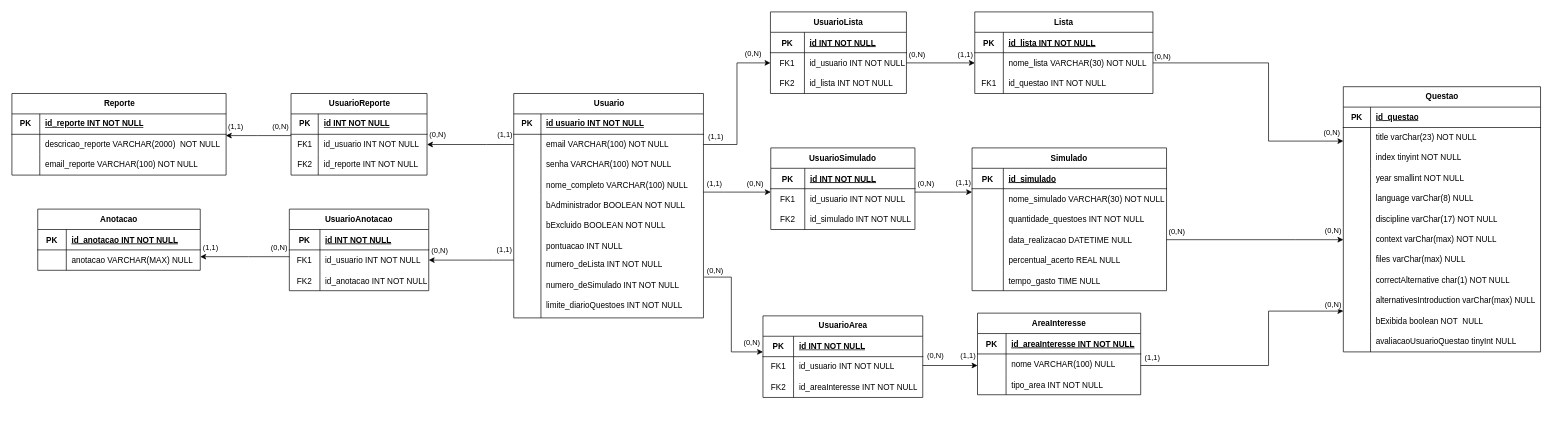
Earlier version of the draw.io diagram DIAGRAMA ER.drawio (augustorazani/QENEM-UML-Diagram). Source tidied: cells renumbered, new cells numbered last; positions are measured from the earlier drawing's top-left corner, leaving out a move shared by most shapes. Both pictures are drawn from the tidied source at 68%, with x=0, y=0 at pixel (12, 12).
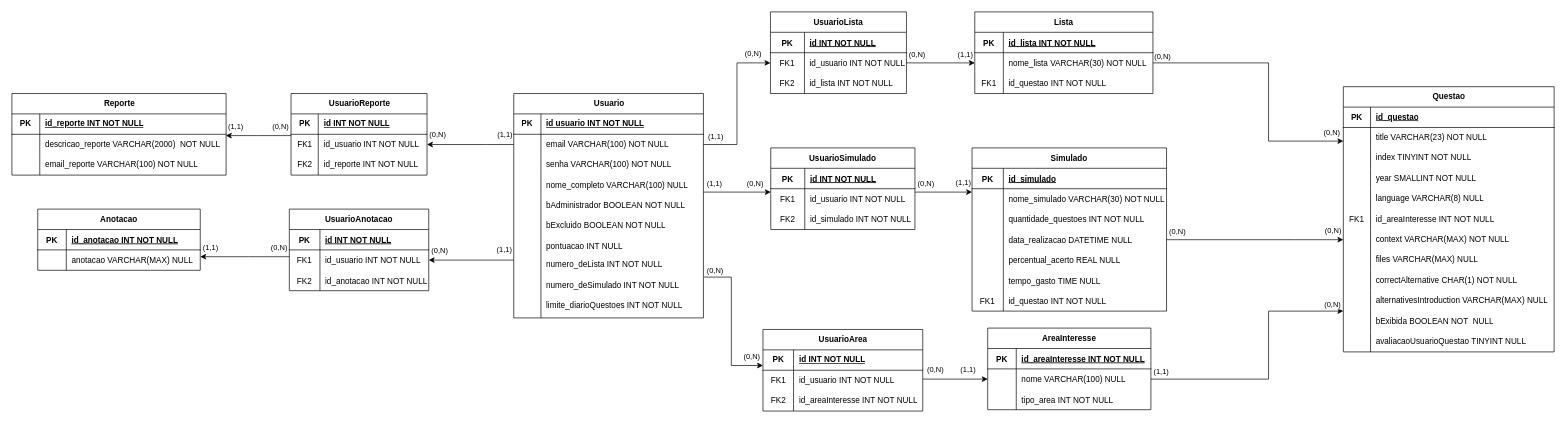
After the change.

Diff of the diagram source:
```diff
@@
     <mxCell id="50" value="Questao" style="shape=table;startSize=30;childLayout=tableLayout;rowLines=0;fontStyle=1;align=center;html=1;" parent="1" vertex="1">
-      <mxGeometry x="1958" y="110" width="290" height="390" as="geometry" />
+      <mxGeometry x="1958" y="110" width="310" height="390" as="geometry" />
     </mxCell>
     <mxCell id="51" style="shape=tableRow;horizontal=0;startSize=0;swimlaneHead=0;swimlaneBody=0;fillColor=none;top=0;left=0;right=0;bottom=1;" parent="50" vertex="1">
-      <mxGeometry y="30" width="290" height="30" as="geometry" />
+      <mxGeometry y="30" width="310" height="30" as="geometry" />
     </mxCell>
@@
     <mxCell id="53" value="id_questao" style="shape=partialRectangle;fillColor=none;top=0;left=0;bottom=0;right=0;align=left;spacingLeft=6;fontStyle=5;overflow=hidden;whiteSpace=wrap;html=1;" parent="51" vertex="1">
-      <mxGeometry x="40" width="250" height="30" as="geometry" />
+      <mxGeometry x="40" width="270" height="30" as="geometry" />
     </mxCell>
     <mxCell id="54" style="shape=tableRow;horizontal=0;startSize=0;swimlaneHead=0;swimlaneBody=0;fillColor=none;top=0;left=0;right=0;bottom=0;" parent="50" vertex="1">
-      <mxGeometry y="60" width="290" height="30" as="geometry" />
+      <mxGeometry y="60" width="310" height="30" as="geometry" />
     </mxCell>
@@
-    <mxCell id="56" value="title varChar(23) NOT NULL" style="shape=partialRectangle;fillColor=none;top=0;left=0;bottom=0;right=0;align=left;spacingLeft=6;overflow=hidden;whiteSpace=wrap;html=1;" parent="54" vertex="1">
-      <mxGeometry x="40" width="250" height="30" as="geometry" />
+    <mxCell id="56" value="title VARCHAR(23) NOT NULL" style="shape=partialRectangle;fillColor=none;top=0;left=0;bottom=0;right=0;align=left;spacingLeft=6;overflow=hidden;whiteSpace=wrap;html=1;" parent="54" vertex="1">
+      <mxGeometry x="40" width="270" height="30" as="geometry" />
     </mxCell>
     <mxCell id="57" style="shape=tableRow;horizontal=0;startSize=0;swimlaneHead=0;swimlaneBody=0;fillColor=none;top=0;left=0;right=0;bottom=0;" parent="50" vertex="1">
-      <mxGeometry y="90" width="290" height="30" as="geometry" />
+      <mxGeometry y="90" width="310" height="30" as="geometry" />
     </mxCell>
@@
-    <mxCell id="59" value="index tinyint NOT NULL" style="shape=partialRectangle;fillColor=none;top=0;left=0;bottom=0;right=0;align=left;spacingLeft=6;overflow=hidden;whiteSpace=wrap;html=1;" parent="57" vertex="1">
-      <mxGeometry x="40" width="250" height="30" as="geometry" />
+    <mxCell id="59" value="index TINYINT NOT NULL" style="shape=partialRectangle;fillColor=none;top=0;left=0;bottom=0;right=0;align=left;spacingLeft=6;overflow=hidden;whiteSpace=wrap;html=1;" parent="57" vertex="1">
+      <mxGeometry x="40" width="270" height="30" as="geometry" />
     </mxCell>
     <mxCell id="60" style="shape=tableRow;horizontal=0;startSize=0;swimlaneHead=0;swimlaneBody=0;fillColor=none;top=0;left=0;right=0;bottom=0;" parent="50" vertex="1">
-      <mxGeometry y="120" width="290" height="30" as="geometry" />
+      <mxGeometry y="120" width="310" height="30" as="geometry" />
     </mxCell>
@@
-    <mxCell id="62" value="year smallint NOT NULL" style="shape=partialRectangle;fillColor=none;top=0;left=0;bottom=0;right=0;align=left;spacingLeft=6;overflow=hidden;whiteSpace=wrap;html=1;" parent="60" vertex="1">
-      <mxGeometry x="40" width="250" height="30" as="geometry" />
+    <mxCell id="62" value="year SMALLINT NOT NULL" style="shape=partialRectangle;fillColor=none;top=0;left=0;bottom=0;right=0;align=left;spacingLeft=6;overflow=hidden;whiteSpace=wrap;html=1;" parent="60" vertex="1">
+      <mxGeometry x="40" width="270" height="30" as="geometry" />
     </mxCell>
     <mxCell id="63" style="shape=tableRow;horizontal=0;startSize=0;swimlaneHead=0;swimlaneBody=0;fillColor=none;top=0;left=0;right=0;bottom=0;" parent="50" vertex="1">
-      <mxGeometry y="150" width="290" height="30" as="geometry" />
+      <mxGeometry y="150" width="310" height="30" as="geometry" />
     </mxCell>
@@
-    <mxCell id="65" value="language varC&lt;span style=&quot;background-color: transparent; color: light-dark(rgb(0, 0, 0), rgb(255, 255, 255));&quot;&gt;har(8) NULL&lt;/span&gt;" style="shape=partialRectangle;fillColor=none;top=0;left=0;bottom=0;right=0;align=left;spacingLeft=6;overflow=hidden;whiteSpace=wrap;html=1;" parent="63" vertex="1">
-      <mxGeometry x="40" width="250" height="30" as="geometry" />
+    <mxCell id="65" value="language VARCHAR&lt;span style=&quot;background-color: transparent; color: light-dark(rgb(0, 0, 0), rgb(255, 255, 255));&quot;&gt;(8) NULL&lt;/span&gt;" style="shape=partialRectangle;fillColor=none;top=0;left=0;bottom=0;right=0;align=left;spacingLeft=6;overflow=hidden;whiteSpace=wrap;html=1;" parent="63" vertex="1">
+      <mxGeometry x="40" width="270" height="30" as="geometry" />
     </mxCell>
     <mxCell id="66" style="shape=tableRow;horizontal=0;startSize=0;swimlaneHead=0;swimlaneBody=0;fillColor=none;top=0;left=0;right=0;bottom=0;" parent="50" vertex="1">
-      <mxGeometry y="180" width="290" height="30" as="geometry" />
+      <mxGeometry y="180" width="310" height="30" as="geometry" />
     </mxCell>
-    <mxCell id="67" style="shape=partialRectangle;fillColor=none;top=0;left=0;bottom=0;right=0;overflow=hidden;whiteSpace=wrap;html=1;" parent="66" vertex="1">
+    <mxCell id="67" value="FK1" style="shape=partialRectangle;fillColor=none;top=0;left=0;bottom=0;right=0;overflow=hidden;whiteSpace=wrap;html=1;" parent="66" vertex="1">
       <mxGeometry width="40" height="30" as="geometry" />
     </mxCell>
-    <mxCell id="68" value="discipline varChar(17) NOT NULL" style="shape=partialRectangle;fillColor=none;top=0;left=0;bottom=0;right=0;align=left;spacingLeft=6;overflow=hidden;whiteSpace=wrap;html=1;" parent="66" vertex="1">
-      <mxGeometry x="40" width="250" height="30" as="geometry" />
+    <mxCell id="68" value="id_areaInteresse INT NOT NULL" style="shape=partialRectangle;fillColor=none;top=0;left=0;bottom=0;right=0;align=left;spacingLeft=6;overflow=hidden;whiteSpace=wrap;html=1;" parent="66" vertex="1">
+      <mxGeometry x="40" width="270" height="30" as="geometry" />
     </mxCell>
     <mxCell id="69" style="shape=tableRow;horizontal=0;startSize=0;swimlaneHead=0;swimlaneBody=0;fillColor=none;top=0;left=0;right=0;bottom=0;" parent="50" vertex="1">
-      <mxGeometry y="210" width="290" height="30" as="geometry" />
+      <mxGeometry y="210" width="310" height="30" as="geometry" />
     </mxCell>
@@
-    <mxCell id="71" value="context varChar(max) NOT NULL" style="shape=partialRectangle;fillColor=none;top=0;left=0;bottom=0;right=0;align=left;spacingLeft=6;overflow=hidden;whiteSpace=wrap;html=1;" parent="69" vertex="1">
-      <mxGeometry x="40" width="250" height="30" as="geometry" />
+    <mxCell id="71" value="context VARCHAR(MAX) NOT NULL" style="shape=partialRectangle;fillColor=none;top=0;left=0;bottom=0;right=0;align=left;spacingLeft=6;overflow=hidden;whiteSpace=wrap;html=1;" parent="69" vertex="1">
+      <mxGeometry x="40" width="270" height="30" as="geometry" />
     </mxCell>
     <mxCell id="72" style="shape=tableRow;horizontal=0;startSize=0;swimlaneHead=0;swimlaneBody=0;fillColor=none;top=0;left=0;right=0;bottom=0;" parent="50" vertex="1">
-      <mxGeometry y="240" width="290" height="30" as="geometry" />
+      <mxGeometry y="240" width="310" height="30" as="geometry" />
     </mxCell>
@@
-    <mxCell id="74" value="files varChar(max) NULL" style="shape=partialRectangle;fillColor=none;top=0;left=0;bottom=0;right=0;align=left;spacingLeft=6;overflow=hidden;whiteSpace=wrap;html=1;" parent="72" vertex="1">
-      <mxGeometry x="40" width="250" height="30" as="geometry" />
+    <mxCell id="74" value="files VARCHAR(MAX)&amp;nbsp;NULL" style="shape=partialRectangle;fillColor=none;top=0;left=0;bottom=0;right=0;align=left;spacingLeft=6;overflow=hidden;whiteSpace=wrap;html=1;" parent="72" vertex="1">
+      <mxGeometry x="40" width="270" height="30" as="geometry" />
     </mxCell>
     <mxCell id="75" style="shape=tableRow;horizontal=0;startSize=0;swimlaneHead=0;swimlaneBody=0;fillColor=none;top=0;left=0;right=0;bottom=0;" parent="50" vertex="1">
-      <mxGeometry y="270" width="290" height="30" as="geometry" />
+      <mxGeometry y="270" width="310" height="30" as="geometry" />
     </mxCell>
@@
-    <mxCell id="77" value="correctAlternative char(1) NOT NULL" style="shape=partialRectangle;fillColor=none;top=0;left=0;bottom=0;right=0;align=left;spacingLeft=6;overflow=hidden;whiteSpace=wrap;html=1;" parent="75" vertex="1">
-      <mxGeometry x="40" width="250" height="30" as="geometry" />
+    <mxCell id="77" value="correctAlternative CHAR(1) NOT NULL" style="shape=partialRectangle;fillColor=none;top=0;left=0;bottom=0;right=0;align=left;spacingLeft=6;overflow=hidden;whiteSpace=wrap;html=1;" parent="75" vertex="1">
+      <mxGeometry x="40" width="270" height="30" as="geometry" />
     </mxCell>
     <mxCell id="78" style="shape=tableRow;horizontal=0;startSize=0;swimlaneHead=0;swimlaneBody=0;fillColor=none;top=0;left=0;right=0;bottom=0;" parent="50" vertex="1">
-      <mxGeometry y="300" width="290" height="30" as="geometry" />
+      <mxGeometry y="300" width="310" height="30" as="geometry" />
     </mxCell>
@@
-    <mxCell id="80" value="alternativesIntroduction varChar(max) NULL" style="shape=partialRectangle;fillColor=none;top=0;left=0;bottom=0;right=0;align=left;spacingLeft=6;overflow=hidden;whiteSpace=wrap;html=1;" parent="78" vertex="1">
-      <mxGeometry x="40" width="250" height="30" as="geometry" />
+    <mxCell id="80" value="alternativesIntroduction VARCHAR(MAX)&amp;nbsp;NULL" style="shape=partialRectangle;fillColor=none;top=0;left=0;bottom=0;right=0;align=left;spacingLeft=6;overflow=hidden;whiteSpace=wrap;html=1;" parent="78" vertex="1">
+      <mxGeometry x="40" width="270" height="30" as="geometry" />
     </mxCell>
     <mxCell id="81" style="shape=tableRow;horizontal=0;startSize=0;swimlaneHead=0;swimlaneBody=0;fillColor=none;top=0;left=0;right=0;bottom=0;" parent="50" vertex="1">
-      <mxGeometry y="330" width="290" height="30" as="geometry" />
+      <mxGeometry y="330" width="310" height="30" as="geometry" />
     </mxCell>
@@
-    <mxCell id="83" value="bExibida boolean NOT&amp;nbsp; NULL" style="shape=partialRectangle;fillColor=none;top=0;left=0;bottom=0;right=0;align=left;spacingLeft=6;overflow=hidden;whiteSpace=wrap;html=1;" parent="81" vertex="1">
-      <mxGeometry x="40" width="250" height="30" as="geometry" />
+    <mxCell id="83" value="bExibida BOOLEAN NOT&amp;nbsp; NULL" style="shape=partialRectangle;fillColor=none;top=0;left=0;bottom=0;right=0;align=left;spacingLeft=6;overflow=hidden;whiteSpace=wrap;html=1;" parent="81" vertex="1">
+      <mxGeometry x="40" width="270" height="30" as="geometry" />
     </mxCell>
     <mxCell id="84" style="shape=tableRow;horizontal=0;startSize=0;swimlaneHead=0;swimlaneBody=0;fillColor=none;top=0;left=0;right=0;bottom=0;" parent="50" vertex="1">
-      <mxGeometry y="360" width="290" height="30" as="geometry" />
+      <mxGeometry y="360" width="310" height="30" as="geometry" />
     </mxCell>
@@
-    <mxCell id="86" value="avaliacaoUsuarioQuestao tinyInt NULL" style="shape=partialRectangle;fillColor=none;top=0;left=0;bottom=0;right=0;align=left;spacingLeft=6;overflow=hidden;whiteSpace=wrap;html=1;" parent="84" vertex="1">
-      <mxGeometry x="40" width="250" height="30" as="geometry" />
+    <mxCell id="86" value="avaliacaoUsuarioQuestao TINYINT NULL" style="shape=partialRectangle;fillColor=none;top=0;left=0;bottom=0;right=0;align=left;spacingLeft=6;overflow=hidden;whiteSpace=wrap;html=1;" parent="84" vertex="1">
+      <mxGeometry x="40" width="270" height="30" as="geometry" />
     </mxCell>
@@
     <mxCell id="91" style="edgeStyle=orthogonalEdgeStyle;rounded=0;jettySize=auto;html=1;" parent="1" edge="1" target="185">
       <mxGeometry relative="1" as="geometry">
         <mxPoint x="1018" y="390" as="sourcePoint" />
         <Array as="points">
           <mxPoint x="1058" y="390" />
-          <mxPoint x="1058" y="500" />
+          <mxPoint x="1058" y="520" />
         </Array>
       </mxGeometry>
     </mxCell>
@@
     <mxCell id="119" value="Simulado" style="shape=table;startSize=30;childLayout=tableLayout;rowLines=0;fontStyle=1;align=center;" parent="1" vertex="1">
-      <mxGeometry x="1412" y="200" width="286" height="210" as="geometry" />
+      <mxGeometry x="1412" y="200" width="286" height="240" as="geometry" />
     </mxCell>
@@
+    <mxCell id="211" style="shape=partialRectangle;fillColor=none;top=0;left=0;right=0;bottom=0;" parent="119" vertex="1">
+      <mxGeometry y="210" width="286" height="30" as="geometry" />
+    </mxCell>
+    <mxCell id="212" value="FK1" style="shape=partialRectangle;overflow=hidden;fillColor=none;top=0;left=0;bottom=0;right=0;" parent="211" vertex="1">
+      <mxGeometry width="46" height="30" as="geometry" />
+    </mxCell>
+    <mxCell id="213" value="id_questao INT NOT NULL" style="shape=partialRectangle;overflow=hidden;fillColor=none;top=0;left=0;bottom=0;right=0;align=left;spacingLeft=6;" parent="211" vertex="1">
+      <mxGeometry x="46" width="240" height="30" as="geometry" />
+    </mxCell>
@@
     <mxCell id="174" value="AreaInteresse" style="shape=table;startSize=30;childLayout=tableLayout;rowLines=0;fontStyle=1;align=center;" parent="1" vertex="1">
-      <mxGeometry x="1420" y="443" width="240" height="120" as="geometry" />
+      <mxGeometry x="1435" y="465" width="240" height="120" as="geometry" />
     </mxCell>
@@
     <mxCell id="184" style="edgeStyle=orthogonalEdgeStyle;rounded=0;jettySize=auto;html=1;" parent="1" edge="1" source="185" target="174">
       <mxGeometry relative="1" as="geometry">
         <Array as="points">
-          <mxPoint x="1418" y="520" />
-          <mxPoint x="1418" y="520" />
+          <mxPoint x="1418" y="540" />
+          <mxPoint x="1418" y="540" />
         </Array>
       </mxGeometry>
     </mxCell>
     <mxCell id="185" value="UsuarioArea" style="shape=table;startSize=30;childLayout=tableLayout;rowLines=0;fontStyle=1;align=center;html=1;" parent="1" vertex="1">
-      <mxGeometry x="1104.5" y="447" width="235" height="120" as="geometry" />
+      <mxGeometry x="1104.5" y="467" width="235" height="120" as="geometry" />
     </mxCell>
@@
     <mxCell id="196" style="edgeStyle=orthogonalEdgeStyle;rounded=0;jettySize=auto;html=1;" parent="1" edge="1" source="174" target="50">
       <mxGeometry relative="1" as="geometry">
         <Array as="points">
-          <mxPoint x="1848" y="520" />
+          <mxPoint x="1848" y="540" />
           <mxPoint x="1848" y="440" />
         </Array>
       </mxGeometry>
     </mxCell>
     <mxCell id="197" value="(0,N)" style="edgeLabel;html=1;align=center;verticalAlign=middle;" parent="1" vertex="1">
-      <mxGeometry x="1715" y="322" as="geometry">
+      <mxGeometry x="1716" y="322" as="geometry">
         <mxPoint x="-3" as="offset" />
       </mxGeometry>
     </mxCell>
@@
     <mxCell id="205" value="(0,N)" style="edgeLabel;html=1;align=center;verticalAlign=middle;" parent="1" vertex="1">
-      <mxGeometry x="1087" y="486" as="geometry" />
+      <mxGeometry x="1087" y="506" as="geometry" />
     </mxCell>
     <mxCell id="206" value="(0,N)" style="edgeLabel;html=1;align=center;verticalAlign=middle;" parent="1" vertex="1">
-      <mxGeometry x="1357" y="505" as="geometry" />
+      <mxGeometry x="1357" y="525" as="geometry" />
     </mxCell>
     <mxCell id="207" value="(1,1)" style="edgeLabel;html=1;align=center;verticalAlign=middle;" parent="1" vertex="1">
-      <mxGeometry x="1405" y="505" as="geometry" />
+      <mxGeometry x="1405" y="525" as="geometry" />
     </mxCell>
     <mxCell id="208" value="(1,1)" style="edgeLabel;html=1;align=center;verticalAlign=middle;" parent="1" vertex="1">
-      <mxGeometry x="1676" y="507" as="geometry" />
+      <mxGeometry x="1689" y="528" as="geometry" />
     </mxCell>
     <mxCell id="209" value="(0,N)" style="edgeLabel;html=1;align=center;verticalAlign=middle;" parent="1" vertex="1">
-      <mxGeometry x="1942" y="430" as="geometry" />
+      <mxGeometry x="1941" y="430" as="geometry" />
     </mxCell>
```
